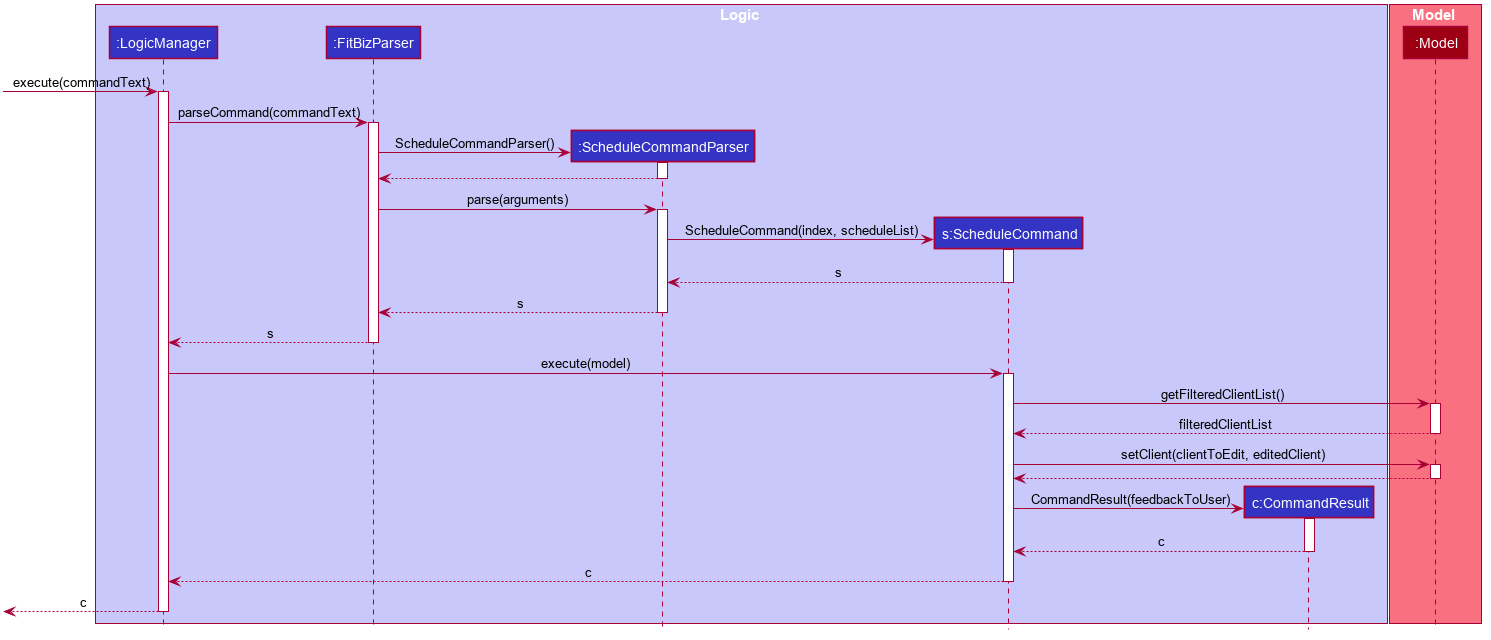
Before: images/ScheduleSequenceDiagram.png, a diagram exported from PlantUML (AY1920S2-CS2103T-F11-2/main).
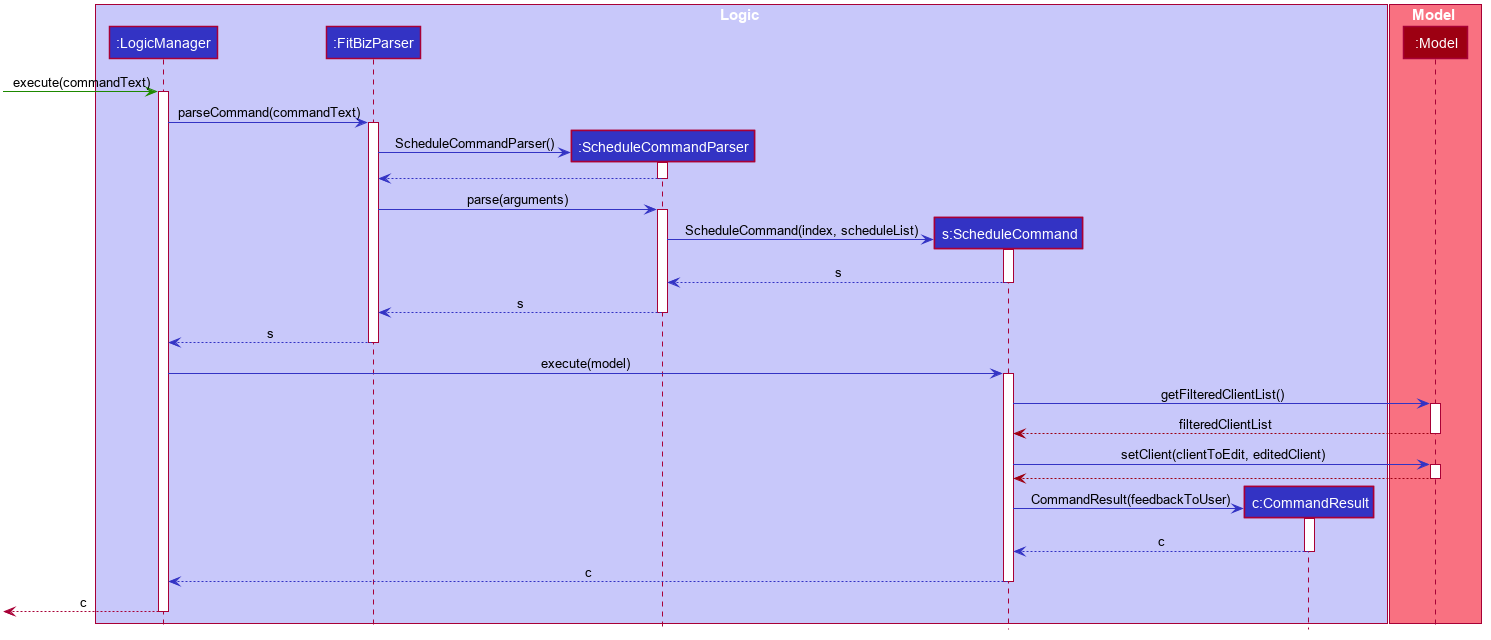
After the commit.

Change to the diagram source:
```diff
@@ -60,59 +60,59 @@
 participant ":Model" as Model #9D0012
 end box
 
-[-> LogicManager : execute(commandText)
+[-[#1D8900]> LogicManager : execute(commandText)
 activate LogicManager
 
-LogicManager -> FitBizParser : parseCommand(commandText)
+LogicManager -[#3333C4]> FitBizParser : parseCommand(commandText)
 activate FitBizParser
 
 create ScheduleCommandParser
-FitBizParser -> ScheduleCommandParser : ScheduleCommandParser()
+FitBizParser -[#3333C4]> ScheduleCommandParser : ScheduleCommandParser()
 activate ScheduleCommandParser
 
-ScheduleCommandParser --> FitBizParser
+ScheduleCommandParser --[#3333C4]> FitBizParser
 deactivate ScheduleCommandParser
 
-FitBizParser -> ScheduleCommandParser : parse(arguments)
+FitBizParser -[#3333C4]> ScheduleCommandParser : parse(arguments)
 activate ScheduleCommandParser
 
 create ScheduleCommand
-ScheduleCommandParser -> ScheduleCommand : ScheduleCommand(index, scheduleList)
+ScheduleCommandParser -[#3333C4]> ScheduleCommand : ScheduleCommand(index, scheduleList)
 activate ScheduleCommand
 
-ScheduleCommand --> ScheduleCommandParser : s
+ScheduleCommand --[#3333C4]> ScheduleCommandParser : s
 deactivate ScheduleCommand
 
-ScheduleCommandParser --> FitBizParser : s
+ScheduleCommandParser --[#3333C4]> FitBizParser : s
 deactivate ScheduleCommandParser
 
-FitBizParser --> LogicManager : s
+FitBizParser --[#3333C4]> LogicManager : s
 deactivate FitBizParser
 
-LogicManager -> ScheduleCommand : execute(model)
+LogicManager -[#3333C4]> ScheduleCommand : execute(model)
 activate ScheduleCommand
 
-ScheduleCommand -> Model : getFilteredClientList()
+ScheduleCommand -[#3333C4]> Model : getFilteredClientList()
 activate Model
 
-Model --> ScheduleCommand : filteredClientList
+Model --[#9D0012]> ScheduleCommand : filteredClientList
 deactivate Model
 
-ScheduleCommand -> Model : setClient(clientToEdit, editedClient)
+ScheduleCommand -[#3333C4]> Model : setClient(clientToEdit, editedClient)
 activate Model
 
-Model --> ScheduleCommand:
+Model --[#9D0012]> ScheduleCommand:
 deactivate Model
 
 
 create CommandResult
-ScheduleCommand -> CommandResult : CommandResult(feedbackToUser)
+ScheduleCommand -[#3333C4]> CommandResult : CommandResult(feedbackToUser)
 activate CommandResult
 
-CommandResult --> ScheduleCommand : c
+CommandResult --[#3333C4]> ScheduleCommand : c
 deactivate CommandResult
 
-ScheduleCommand --> LogicManager : c
+ScheduleCommand --[#3333C4]> LogicManager : c
 deactivate ScheduleCommand
 
 [<--LogicManager : c
```
